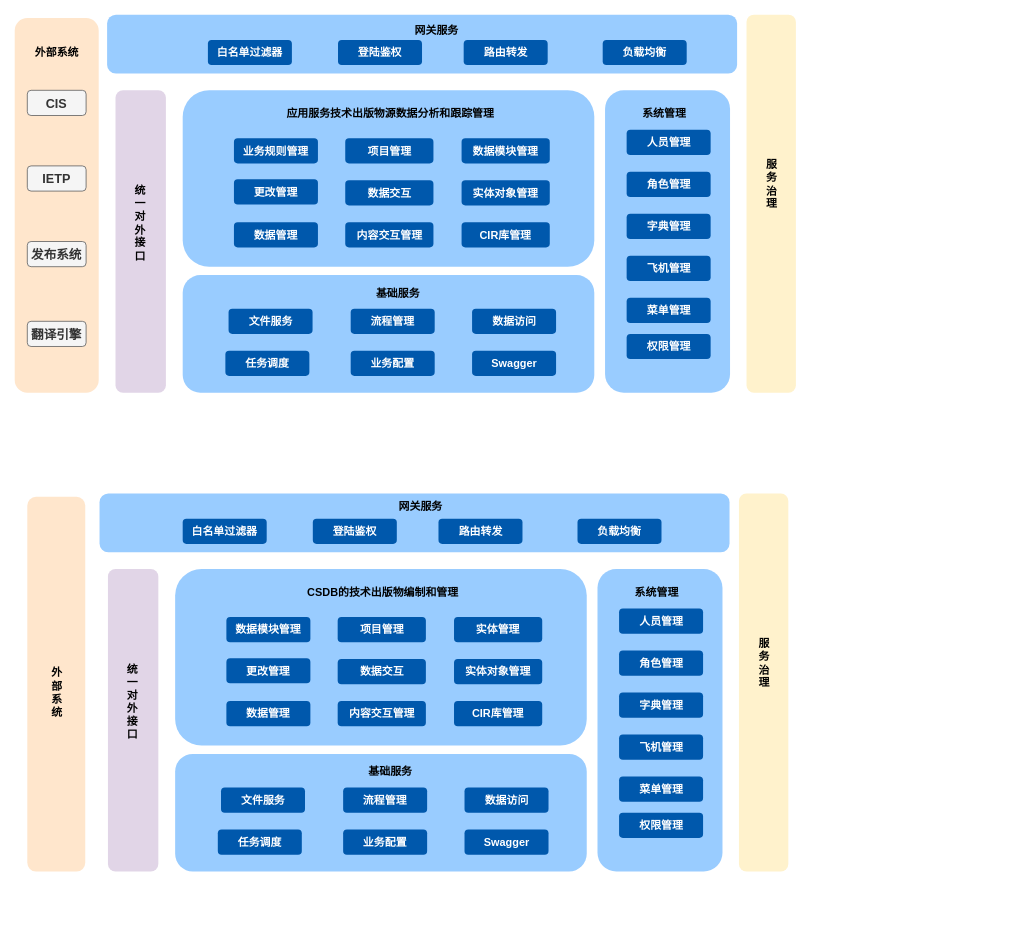
Above: 机载共性/机载共性应用架构.drawio in DemonHan/KuickBuy (draw.io), before the change. Source tidied: cells renumbered, new cells numbered last; positions are measured from the earlier drawing's top-left corner, leaving out a move shared by most shapes. Both pictures are drawn from the tidied source at 84%, with x=0, y=0 at pixel (14, 14).
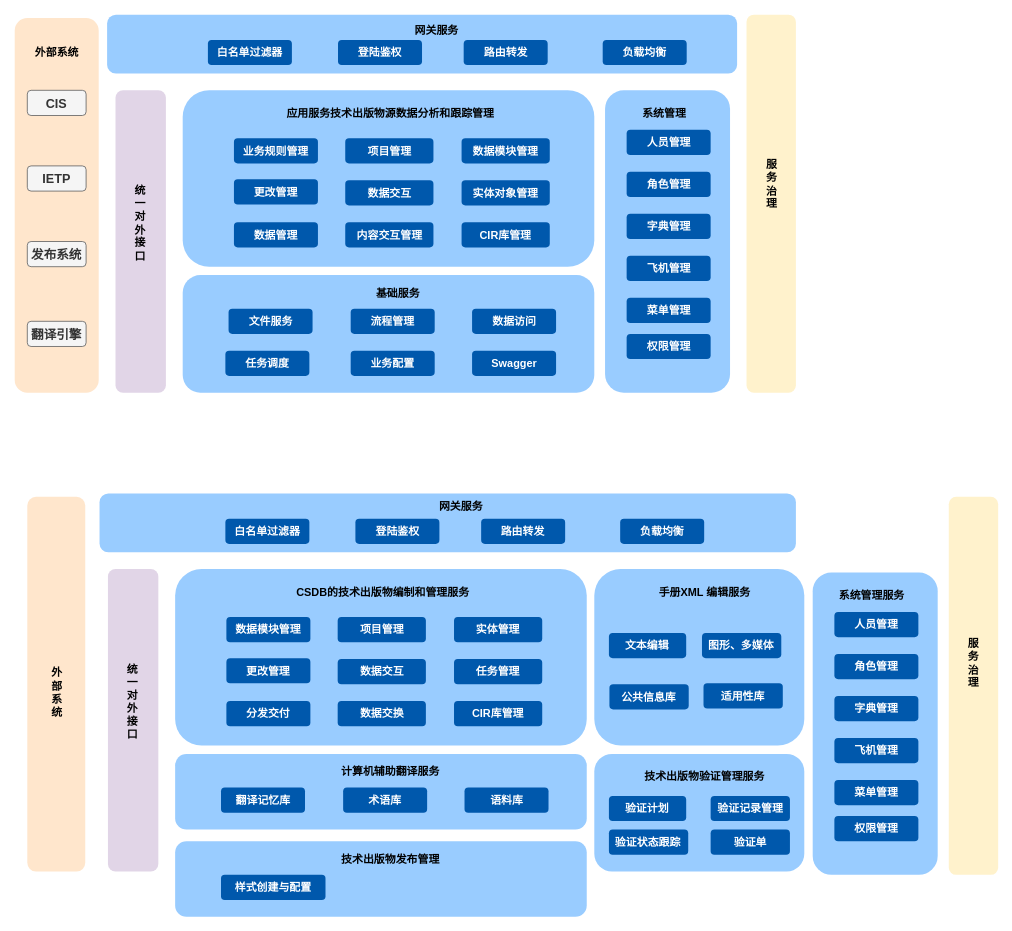
Above is the later version.

Commit message (it also covers changes not shown here):
更新机载共性应用架构.drawio

The edit, as a diff of the source:
```diff
@@
     <mxCell id="45" style="rounded=1;whiteSpace=wrap;html=1;fillColor=#99CCFF;strokeColor=none;" parent="1" vertex="1">
-      <mxGeometry x="191" y="880" width="490" height="140" as="geometry" />
+      <mxGeometry x="191" y="880" width="490" height="90" as="geometry" />
     </mxCell>
-    <mxCell id="46" value="基础服务" style="text;html=1;align=center;verticalAlign=middle;strokeColor=none;fillColor=none;fontStyle=1;fontSize=13;" parent="1" vertex="1">
-      <mxGeometry x="407" y="886" width="80" height="30" as="geometry" />
+    <mxCell id="46" value="计算机辅助翻译服务" style="text;html=1;align=center;verticalAlign=middle;strokeColor=none;fillColor=none;fontStyle=1;fontSize=13;" parent="1" vertex="1">
+      <mxGeometry x="377" y="886" width="140" height="30" as="geometry" />
     </mxCell>
-    <mxCell id="47" value="文件服务" style="rounded=1;whiteSpace=wrap;html=1;fontStyle=1;fontSize=13;strokeColor=none;fillColor=#0058AC;fontColor=#FFFFFF;" parent="1" vertex="1">
+    <mxCell id="47" value="翻译记忆库" style="rounded=1;whiteSpace=wrap;html=1;fontStyle=1;fontSize=13;strokeColor=none;fillColor=#0058AC;fontColor=#FFFFFF;" parent="1" vertex="1">
       <mxGeometry x="245.6" y="920" width="100" height="30" as="geometry" />
     </mxCell>
-    <mxCell id="48" value="任务调度" style="rounded=1;whiteSpace=wrap;html=1;fontStyle=1;fontSize=13;strokeColor=none;fillColor=#0058AC;fontColor=#FFFFFF;" parent="1" vertex="1">
-      <mxGeometry x="241.8" y="970" width="100" height="30" as="geometry" />
-    </mxCell>
-    <mxCell id="49" value="数据访问" style="rounded=1;whiteSpace=wrap;html=1;fontStyle=1;fontSize=13;strokeColor=none;fillColor=#0058AC;fontColor=#FFFFFF;" parent="1" vertex="1">
+    <mxCell id="49" value="语料库" style="rounded=1;whiteSpace=wrap;html=1;fontStyle=1;fontSize=13;strokeColor=none;fillColor=#0058AC;fontColor=#FFFFFF;" parent="1" vertex="1">
       <mxGeometry x="535.5" y="920" width="100" height="30" as="geometry" />
     </mxCell>
-    <mxCell id="50" value="流程管理" style="rounded=1;whiteSpace=wrap;html=1;fontStyle=1;fontSize=13;strokeColor=none;fillColor=#0058AC;fontColor=#FFFFFF;" parent="1" vertex="1">
+    <mxCell id="50" value="术语库" style="rounded=1;whiteSpace=wrap;html=1;fontStyle=1;fontSize=13;strokeColor=none;fillColor=#0058AC;fontColor=#FFFFFF;" parent="1" vertex="1">
       <mxGeometry x="391" y="920" width="100" height="30" as="geometry" />
     </mxCell>
-    <mxCell id="51" value="业务配置" style="rounded=1;whiteSpace=wrap;html=1;fontStyle=1;fontSize=13;strokeColor=none;fillColor=#0058AC;fontColor=#FFFFFF;" parent="1" vertex="1">
-      <mxGeometry x="391" y="970" width="100" height="30" as="geometry" />
-    </mxCell>
-    <mxCell id="52" value="Swagger" style="rounded=1;whiteSpace=wrap;html=1;fontStyle=1;fontSize=13;strokeColor=none;fillColor=#0058AC;fontColor=#FFFFFF;" parent="1" vertex="1">
-      <mxGeometry x="535.5" y="970" width="100" height="30" as="geometry" />
-    </mxCell>
     <mxCell id="53" style="rounded=1;whiteSpace=wrap;html=1;fillColor=#99CCFF;strokeColor=none;" parent="1" vertex="1">
-      <mxGeometry x="693.8" y="660" width="148.8" height="360" as="geometry" />
+      <mxGeometry x="950" y="664" width="148.8" height="360" as="geometry" />
     </mxCell>
-    <mxCell id="54" value="系统管理" style="text;html=1;align=center;verticalAlign=middle;strokeColor=none;fillColor=none;fontStyle=1;fontSize=13;" parent="1" vertex="1">
-      <mxGeometry x="724" y="672" width="80" height="30" as="geometry" />
+    <mxCell id="54" value="系统管理服务" style="text;html=1;align=center;verticalAlign=middle;strokeColor=none;fillColor=none;fontStyle=1;fontSize=13;" parent="1" vertex="1">
+      <mxGeometry x="970.2" y="676" width="100" height="30" as="geometry" />
     </mxCell>
     <mxCell id="55" value="人员管理" style="rounded=1;whiteSpace=wrap;html=1;fontStyle=1;fontSize=13;strokeColor=none;fillColor=#0058AC;fontColor=#FFFFFF;" parent="1" vertex="1">
-      <mxGeometry x="719.5" y="707" width="100" height="30" as="geometry" />
+      <mxGeometry x="975.8" y="711" width="100" height="30" as="geometry" />
     </mxCell>
     <mxCell id="56" value="角色管理" style="rounded=1;whiteSpace=wrap;html=1;fontStyle=1;fontSize=13;strokeColor=none;fillColor=#0058AC;fontColor=#FFFFFF;" parent="1" vertex="1">
-      <mxGeometry x="719.5" y="757" width="100" height="30" as="geometry" />
+      <mxGeometry x="975.8" y="761" width="100" height="30" as="geometry" />
     </mxCell>
     <mxCell id="57" value="字典管理" style="rounded=1;whiteSpace=wrap;html=1;fontStyle=1;fontSize=13;strokeColor=none;fillColor=#0058AC;fontColor=#FFFFFF;" parent="1" vertex="1">
-      <mxGeometry x="719.5" y="807" width="100" height="30" as="geometry" />
+      <mxGeometry x="975.8" y="811" width="100" height="30" as="geometry" />
     </mxCell>
     <mxCell id="58" value="飞机管理" style="rounded=1;whiteSpace=wrap;html=1;fontStyle=1;fontSize=13;strokeColor=none;fillColor=#0058AC;fontColor=#FFFFFF;" parent="1" vertex="1">
-      <mxGeometry x="719.5" y="857" width="100" height="30" as="geometry" />
+      <mxGeometry x="975.8" y="861" width="100" height="30" as="geometry" />
     </mxCell>
     <mxCell id="59" value="菜单管理" style="rounded=1;whiteSpace=wrap;html=1;fontStyle=1;fontSize=13;strokeColor=none;fillColor=#0058AC;fontColor=#FFFFFF;" parent="1" vertex="1">
-      <mxGeometry x="719.5" y="907" width="100" height="30" as="geometry" />
+      <mxGeometry x="975.8" y="911" width="100" height="30" as="geometry" />
     </mxCell>
     <mxCell id="60" value="权限管理" style="rounded=1;whiteSpace=wrap;html=1;fontStyle=1;fontSize=13;strokeColor=none;fillColor=#0058AC;fontColor=#FFFFFF;" parent="1" vertex="1">
-      <mxGeometry x="719.5" y="950" width="100" height="30" as="geometry" />
+      <mxGeometry x="975.8" y="954" width="100" height="30" as="geometry" />
     </mxCell>
@@
-    <mxCell id="64" value="数据管理" style="rounded=1;whiteSpace=wrap;html=1;fontStyle=1;fontSize=13;strokeColor=none;fillColor=#0058AC;fontColor=#FFFFFF;" parent="1" vertex="1">
+    <mxCell id="64" value="分发交付" style="rounded=1;whiteSpace=wrap;html=1;fontStyle=1;fontSize=13;strokeColor=none;fillColor=#0058AC;fontColor=#FFFFFF;" parent="1" vertex="1">
       <mxGeometry x="252" y="817" width="100" height="30" as="geometry" />
     </mxCell>
@@
-    <mxCell id="67" value="内容交互管理" style="rounded=1;whiteSpace=wrap;html=1;fontStyle=1;fontSize=13;strokeColor=none;fillColor=#0058AC;fontColor=#FFFFFF;" parent="1" vertex="1">
+    <mxCell id="67" value="数据交换" style="rounded=1;whiteSpace=wrap;html=1;fontStyle=1;fontSize=13;strokeColor=none;fillColor=#0058AC;fontColor=#FFFFFF;" parent="1" vertex="1">
       <mxGeometry x="384.5" y="817" width="105" height="30" as="geometry" />
     </mxCell>
@@
-    <mxCell id="69" value="实体对象管理" style="rounded=1;whiteSpace=wrap;html=1;fontStyle=1;fontSize=13;strokeColor=none;fillColor=#0058AC;fontColor=#FFFFFF;" parent="1" vertex="1">
+    <mxCell id="69" value="任务管理" style="rounded=1;whiteSpace=wrap;html=1;fontStyle=1;fontSize=13;strokeColor=none;fillColor=#0058AC;fontColor=#FFFFFF;" parent="1" vertex="1">
       <mxGeometry x="523" y="767" width="105" height="30" as="geometry" />
     </mxCell>
@@
-    <mxCell id="71" value="CSDB的技术出版物编制和管理" style="text;html=1;align=center;verticalAlign=middle;strokeColor=none;fillColor=none;fontStyle=1;fontSize=13;" parent="1" vertex="1">
-      <mxGeometry x="338.2" y="672" width="200" height="30" as="geometry" />
+    <mxCell id="71" value="CSDB的技术出版物编制和管理服务" style="text;html=1;align=center;verticalAlign=middle;strokeColor=none;fillColor=none;fontStyle=1;fontSize=13;" parent="1" vertex="1">
+      <mxGeometry x="323.2" y="672" width="230" height="30" as="geometry" />
     </mxCell>
     <mxCell id="72" style="rounded=1;whiteSpace=wrap;html=1;fillColor=#99CCFF;strokeColor=none;" parent="1" vertex="1">
-      <mxGeometry x="101" y="570" width="750" height="70" as="geometry" />
+      <mxGeometry x="101" y="570" width="829" height="70" as="geometry" />
     </mxCell>
     <mxCell id="73" value="网关服务" style="text;html=1;align=center;verticalAlign=middle;strokeColor=none;fillColor=none;fontStyle=1;fontSize=13;" parent="1" vertex="1">
-      <mxGeometry x="443" y="570" width="80" height="30" as="geometry" />
+      <mxGeometry x="491" y="570" width="80" height="30" as="geometry" />
     </mxCell>
     <mxCell id="74" value="白名单过滤器" style="rounded=1;whiteSpace=wrap;html=1;fontStyle=1;fontSize=13;strokeColor=none;fillColor=#0058AC;fontColor=#FFFFFF;" parent="1" vertex="1">
-      <mxGeometry x="200" y="600" width="100" height="30" as="geometry" />
+      <mxGeometry x="250.8" y="600" width="100" height="30" as="geometry" />
     </mxCell>
     <mxCell id="75" value="登陆鉴权" style="rounded=1;whiteSpace=wrap;html=1;fontStyle=1;fontSize=13;strokeColor=none;fillColor=#0058AC;fontColor=#FFFFFF;" parent="1" vertex="1">
-      <mxGeometry x="354.9" y="600" width="100" height="30" as="geometry" />
+      <mxGeometry x="405.6" y="600" width="100" height="30" as="geometry" />
     </mxCell>
     <mxCell id="76" value="路由转发" style="rounded=1;whiteSpace=wrap;html=1;fontStyle=1;fontSize=13;strokeColor=none;fillColor=#0058AC;fontColor=#FFFFFF;" parent="1" vertex="1">
-      <mxGeometry x="504.5" y="600" width="100" height="30" as="geometry" />
+      <mxGeometry x="555.3" y="600" width="100" height="30" as="geometry" />
     </mxCell>
     <mxCell id="77" value="负载均衡" style="rounded=1;whiteSpace=wrap;html=1;fontStyle=1;fontSize=13;strokeColor=none;fillColor=#0058AC;fontColor=#FFFFFF;" parent="1" vertex="1">
-      <mxGeometry x="670" y="600" width="100" height="30" as="geometry" />
+      <mxGeometry x="720.8" y="600" width="100" height="30" as="geometry" />
     </mxCell>
@@
     <mxCell id="80" style="rounded=1;whiteSpace=wrap;html=1;fillColor=#fff2cc;strokeColor=none;" parent="1" vertex="1">
-      <mxGeometry x="862.2" y="570" width="58.8" height="450" as="geometry" />
+      <mxGeometry x="1112" y="574" width="58.8" height="450" as="geometry" />
     </mxCell>
     <mxCell id="81" value="服&lt;div&gt;务&lt;/div&gt;&lt;div&gt;治&lt;/div&gt;&lt;div&gt;理&lt;/div&gt;" style="text;html=1;align=center;verticalAlign=middle;strokeColor=none;fillColor=none;fontStyle=1;fontSize=13;" parent="1" vertex="1">
-      <mxGeometry x="871.6" y="732" width="40" height="80" as="geometry" />
+      <mxGeometry x="1121.4" y="732" width="40" height="80" as="geometry" />
     </mxCell>
@@
+    <mxCell id="84" style="rounded=1;whiteSpace=wrap;html=1;fillColor=#99CCFF;strokeColor=none;" parent="1" vertex="1">
+      <mxGeometry x="690" y="660" width="250" height="210" as="geometry" />
+    </mxCell>
+    <mxCell id="85" value="手册XML 编辑服务" style="text;html=1;align=center;verticalAlign=middle;strokeColor=none;fillColor=none;fontStyle=1;fontSize=13;" parent="1" vertex="1">
+      <mxGeometry x="755.6" y="672" width="130" height="30" as="geometry" />
+    </mxCell>
+    <mxCell id="86" value="文本编辑" style="rounded=1;whiteSpace=wrap;html=1;fontStyle=1;fontSize=13;strokeColor=none;fillColor=#0058AC;fontColor=#FFFFFF;" parent="1" vertex="1">
+      <mxGeometry x="707.4" y="736" width="92" height="30" as="geometry" />
+    </mxCell>
+    <mxCell id="87" value="图形、多媒体" style="rounded=1;whiteSpace=wrap;html=1;fontStyle=1;fontSize=13;strokeColor=none;fillColor=#0058AC;fontColor=#FFFFFF;" parent="1" vertex="1">
+      <mxGeometry x="818.2" y="736" width="94.4" height="30" as="geometry" />
+    </mxCell>
+    <mxCell id="88" value="公共信息库" style="rounded=1;whiteSpace=wrap;html=1;fontStyle=1;fontSize=13;strokeColor=none;fillColor=#0058AC;fontColor=#FFFFFF;" parent="1" vertex="1">
+      <mxGeometry x="708" y="797" width="94.4" height="30" as="geometry" />
+    </mxCell>
+    <mxCell id="89" value="适用性库" style="rounded=1;whiteSpace=wrap;html=1;fontStyle=1;fontSize=13;strokeColor=none;fillColor=#0058AC;fontColor=#FFFFFF;" parent="1" vertex="1">
+      <mxGeometry x="820" y="796" width="94.4" height="30" as="geometry" />
+    </mxCell>
+    <mxCell id="90" style="rounded=1;whiteSpace=wrap;html=1;fillColor=#99CCFF;strokeColor=none;" parent="1" vertex="1">
+      <mxGeometry x="690" y="880" width="250" height="140" as="geometry" />
+    </mxCell>
+    <mxCell id="91" value="技术出版物验证管理服务" style="text;html=1;align=center;verticalAlign=middle;strokeColor=none;fillColor=none;fontStyle=1;fontSize=13;" parent="1" vertex="1">
+      <mxGeometry x="735.6" y="892" width="170" height="30" as="geometry" />
+    </mxCell>
+    <mxCell id="92" value="验证计划" style="rounded=1;whiteSpace=wrap;html=1;fontStyle=1;fontSize=13;strokeColor=none;fillColor=#0058AC;fontColor=#FFFFFF;" parent="1" vertex="1">
+      <mxGeometry x="707.4" y="930" width="92" height="30" as="geometry" />
+    </mxCell>
+    <mxCell id="93" value="验证记录管理" style="rounded=1;whiteSpace=wrap;html=1;fontStyle=1;fontSize=13;strokeColor=none;fillColor=#0058AC;fontColor=#FFFFFF;" parent="1" vertex="1">
+      <mxGeometry x="828.5" y="930" width="94.4" height="30" as="geometry" />
+    </mxCell>
+    <mxCell id="94" value="验证状态跟踪" style="rounded=1;whiteSpace=wrap;html=1;fontStyle=1;fontSize=13;strokeColor=none;fillColor=#0058AC;fontColor=#FFFFFF;" parent="1" vertex="1">
+      <mxGeometry x="707.4" y="970" width="94.4" height="30" as="geometry" />
+    </mxCell>
+    <mxCell id="95" value="验证单" style="rounded=1;whiteSpace=wrap;html=1;fontStyle=1;fontSize=13;strokeColor=none;fillColor=#0058AC;fontColor=#FFFFFF;" parent="1" vertex="1">
+      <mxGeometry x="828.5" y="970" width="94.4" height="30" as="geometry" />
+    </mxCell>
+    <mxCell id="96" style="rounded=1;whiteSpace=wrap;html=1;fillColor=#99CCFF;strokeColor=none;" parent="1" vertex="1">
+      <mxGeometry x="191" y="984" width="490" height="90" as="geometry" />
+    </mxCell>
+    <mxCell id="97" value="技术出版物发布管理" style="text;html=1;align=center;verticalAlign=middle;strokeColor=none;fillColor=none;fontStyle=1;fontSize=13;" parent="1" vertex="1">
+      <mxGeometry x="377" y="990" width="140" height="30" as="geometry" />
+    </mxCell>
+    <mxCell id="98" value="样式创建与配置" style="rounded=1;whiteSpace=wrap;html=1;fontStyle=1;fontSize=13;strokeColor=none;fillColor=#0058AC;fontColor=#FFFFFF;" parent="1" vertex="1">
+      <mxGeometry x="245.6" y="1024" width="124.4" height="30" as="geometry" />
+    </mxCell>
```
